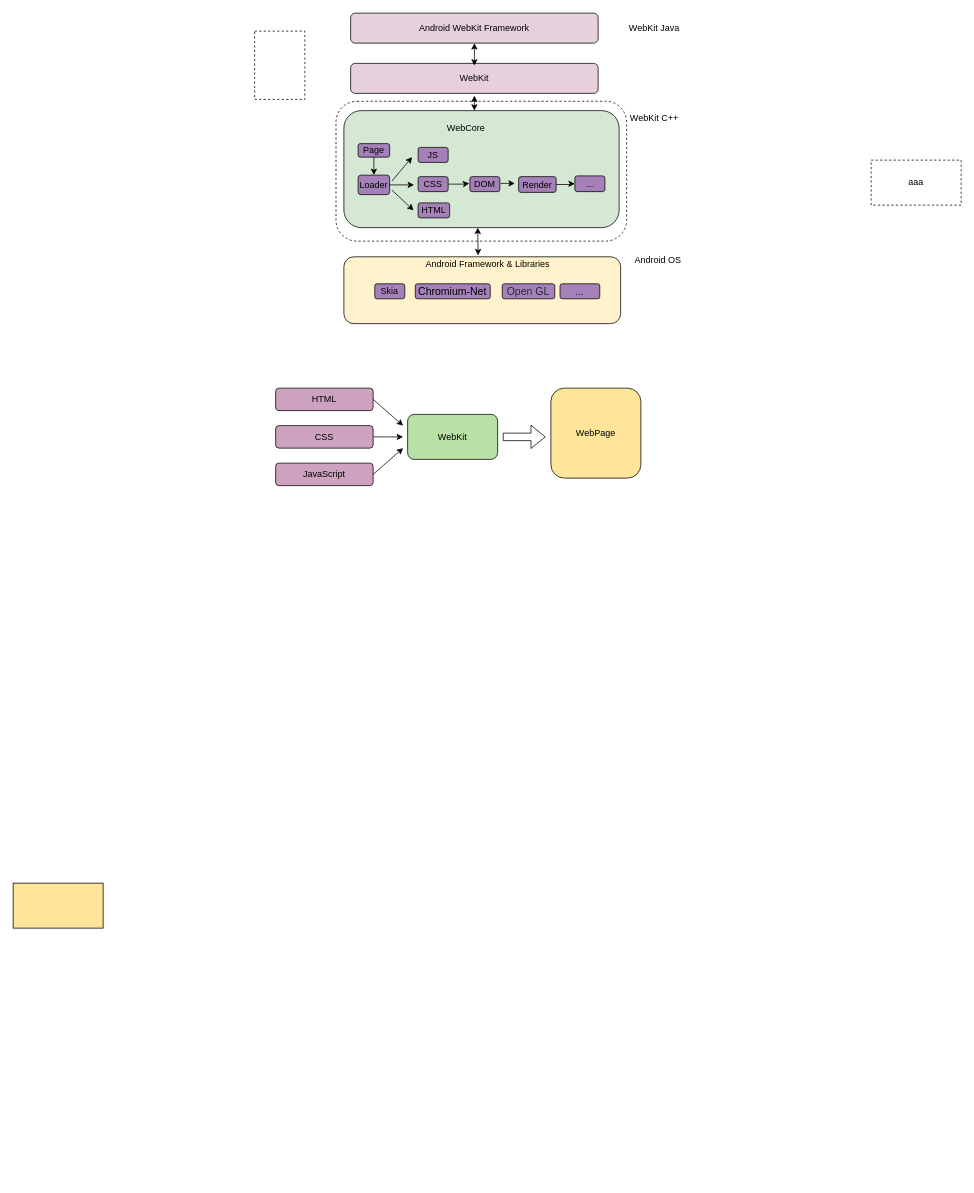
This is Untitled Diagram.drawio from yudesong/AnimationExample, a draw.io file, before an edit. Source tidied: cells renumbered, new cells numbered last; positions are measured from the earlier drawing's top-left corner, leaving out a move shared by most shapes. Both pictures are drawn from the tidied source at 75%, with x=0, y=0 at pixel (13, 13).
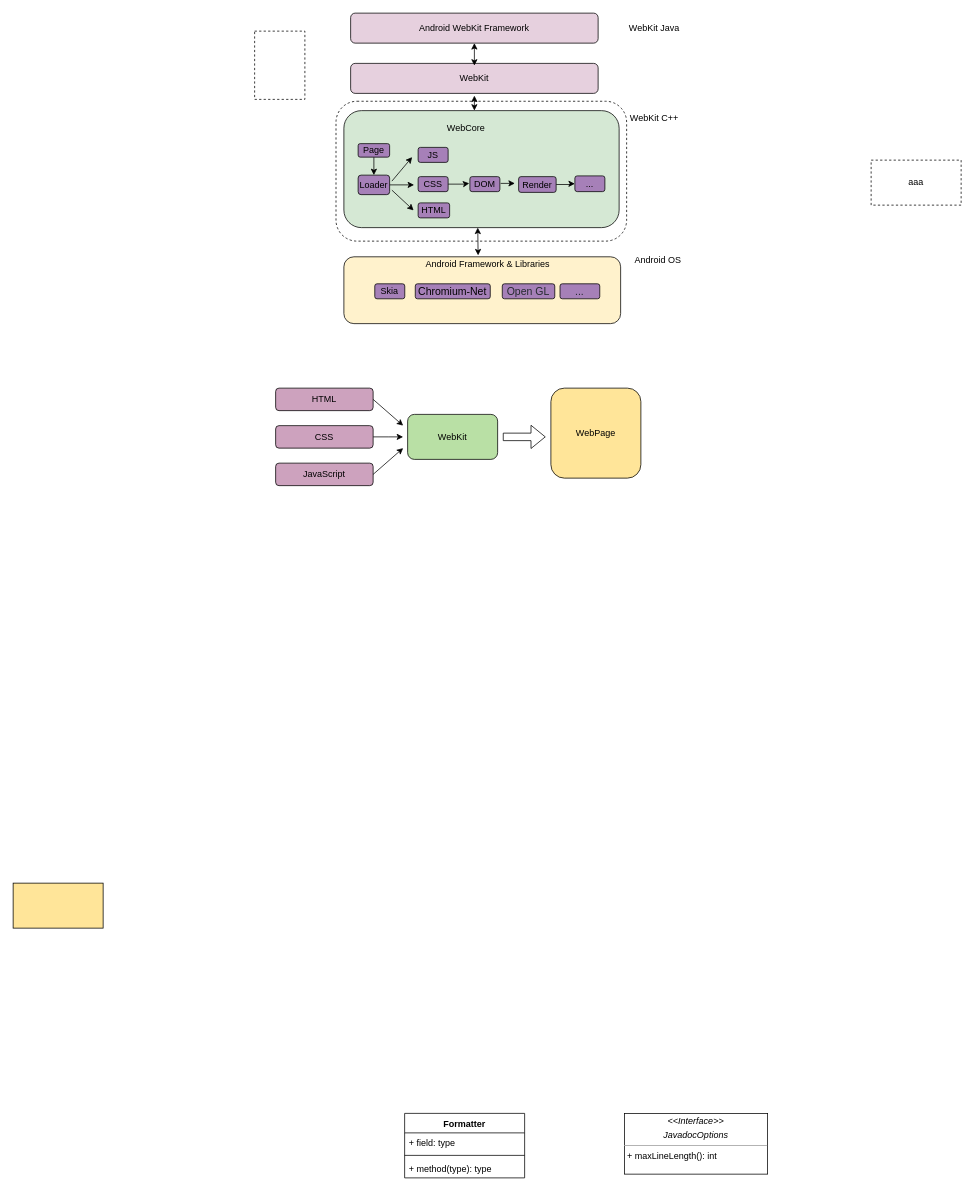
The same page after the edit.

Diff of the diagram source:
```diff
@@
+    <mxCell id="46" value="Formatter" style="swimlane;fontStyle=1;align=center;verticalAlign=top;horizontal=1;startSize=26;" parent="1" vertex="1">
+      <mxGeometry x="522" y="1467" width="160" height="86" as="geometry" />
+    </mxCell>
+    <mxCell id="47" value="+ field: type" style="text;strokeColor=none;fillColor=none;align=left;verticalAlign=top;spacingLeft=4;spacingRight=4;overflow=hidden;" parent="46" vertex="1">
+      <mxGeometry y="26" width="160" height="26" as="geometry" />
+    </mxCell>
+    <mxCell id="48" style="line;strokeWidth=1;fillColor=none;align=left;verticalAlign=middle;spacingTop=-1;spacingLeft=3;spacingRight=3;labelPosition=right;" parent="46" vertex="1">
+      <mxGeometry y="52" width="160" height="8" as="geometry" />
+    </mxCell>
+    <mxCell id="49" value="+ method(type): type" style="text;strokeColor=none;fillColor=none;align=left;verticalAlign=top;spacingLeft=4;spacingRight=4;overflow=hidden;" parent="46" vertex="1">
+      <mxGeometry y="60" width="160" height="26" as="geometry" />
+    </mxCell>
+    <mxCell id="50" value="&lt;p style=&quot;margin: 0px ; margin-top: 4px ; text-align: center&quot;&gt;&lt;i&gt;&amp;lt;&amp;lt;Interface&amp;gt;&amp;gt;&lt;/i&gt;&lt;/p&gt;&lt;p style=&quot;margin: 0px ; margin-top: 4px ; text-align: center&quot;&gt;&lt;i&gt;JavadocOptions&lt;/i&gt;&lt;/p&gt;&lt;hr size=&quot;1&quot;&gt;&lt;p style=&quot;margin: 0px ; margin-left: 4px&quot;&gt;&lt;/p&gt;&lt;p style=&quot;margin: 0px ; margin-left: 4px&quot;&gt;+ maxLineLength(): int&lt;br&gt;&lt;/p&gt;" style="verticalAlign=top;align=left;overflow=fill;fontSize=12;fontFamily=Helvetica;html=1;" parent="1" vertex="1">
+      <mxGeometry x="815" y="1467" width="191" height="81" as="geometry" />
+    </mxCell>
```
